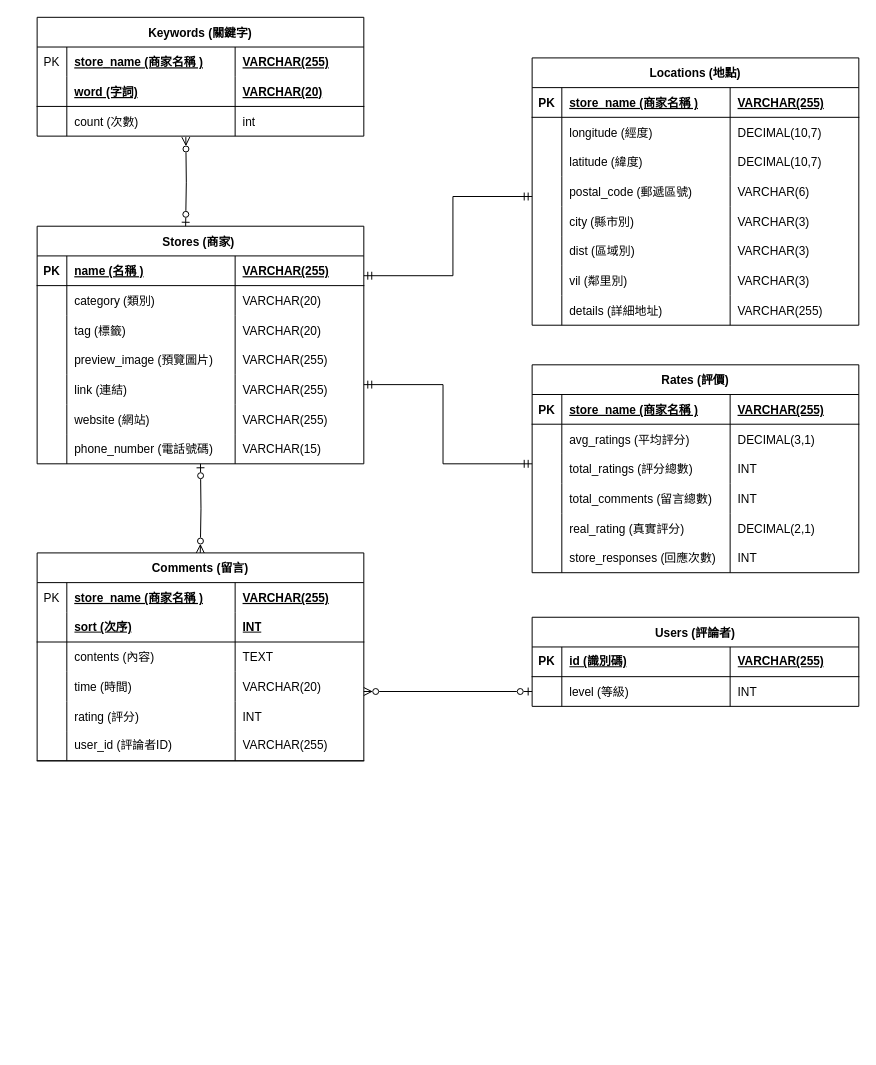
Before: page "正式版" (1 of 3) of 文件資料/物件導向分析/初步實體關係圖.drawio in Cuddles-Yu/ntub-coding, a draw.io diagram. Source tidied: cells renumbered, new cells numbered last; positions are measured from the earlier drawing's top-left corner, leaving out a move shared by most shapes. Both pictures are drawn from the tidied source at 99%, with x=0, y=0 at pixel (37, 17).
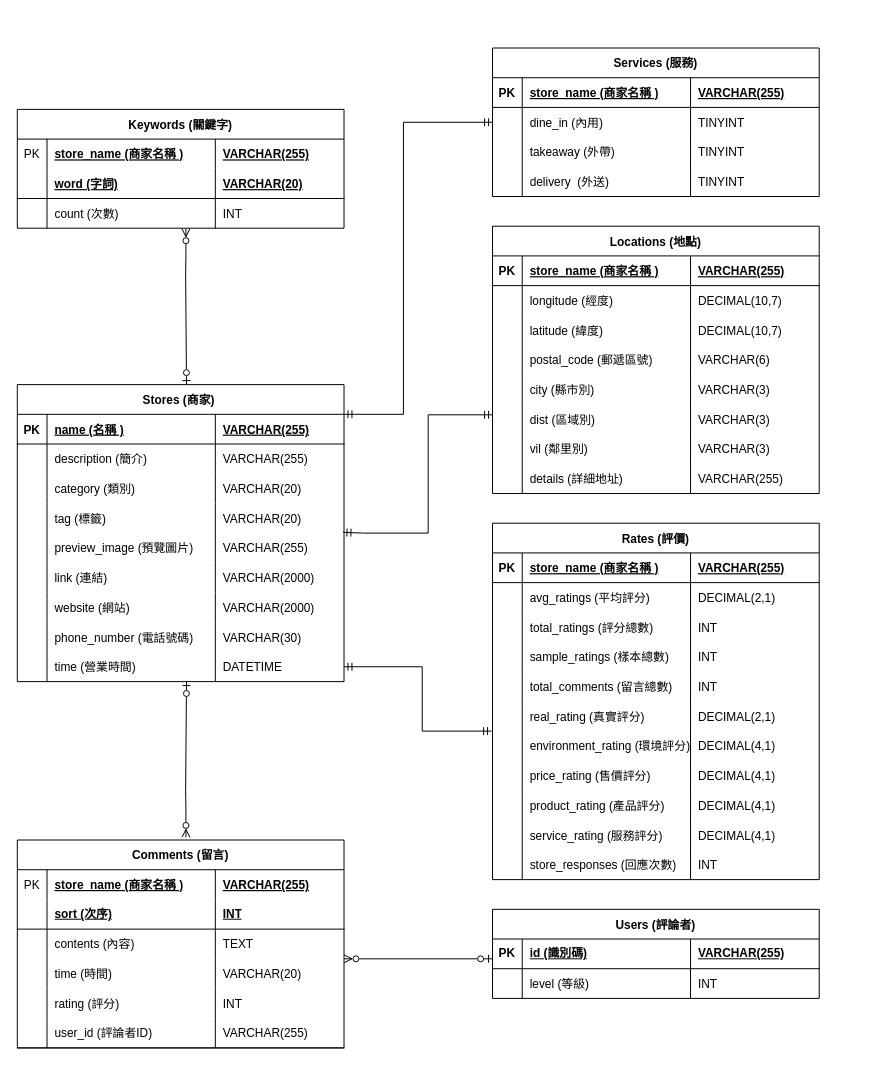
The same page after the edit.

Commit message:
文件資料-更改初步實體關係圖

The change refers to these unchanged cells:
```xml
<mxCell id="62" style="shape=partialRectangle;fillColor=none;points=[[0,0.5],[1,0.5]];portConstraint=eastwest;top=0;left=0;right=0;bottom=1;" parent="61" vertex="1">
  <mxGeometry y="30" width="330" height="30" as="geometry" />
</mxCell>
<mxCell id="104" style="shape=partialRectangle;fillColor=none;top=0;left=0;right=0;bottom=0;" parent="99" vertex="1">
  <mxGeometry y="60" width="330" height="30" as="geometry" />
</mxCell>
<mxCell id="137" style="shape=partialRectangle;fillColor=none;top=0;left=0;right=0;bottom=0;" parent="128" vertex="1">
  <mxGeometry y="90" width="330" height="30" as="geometry" />
</mxCell>
```

The edit, as a diff of the source:
```diff
@@
     <mxCell id="2" value="Locations (地點)" style="shape=table;startSize=30;childLayout=tableLayout;rowLines=0;fontStyle=1;align=center;" parent="1" vertex="1">
-      <mxGeometry x="500" y="41" width="330" height="270" as="geometry" />
+      <mxGeometry x="460" y="211" width="330" height="270" as="geometry" />
     </mxCell>
@@
     <mxCell id="35" value="Comments (留言)" style="shape=table;startSize=30;childLayout=tableLayout;rowLines=0;fontStyle=1;align=center;labelBorderColor=none;" parent="1" vertex="1">
-      <mxGeometry y="541" width="330" height="210" as="geometry" />
+      <mxGeometry x="-20" y="831" width="330" height="210" as="geometry" />
     </mxCell>
@@
-    <mxCell id="60" style="edgeStyle=orthogonalEdgeStyle;rounded=0;orthogonalLoop=1;jettySize=auto;html=1;endArrow=ERzeroToMany;endFill=0;startArrow=ERzeroToOne;startFill=0;" parent="1" edge="1">
-      <mxGeometry relative="1" as="geometry">
-        <mxPoint x="165" y="451" as="sourcePoint" />
-        <mxPoint x="164.8" y="541" as="targetPoint" />
-      </mxGeometry>
-    </mxCell>
     <mxCell id="61" value="Stores (商家) " style="shape=table;startSize=30;childLayout=tableLayout;rowLines=0;fontStyle=1;align=center;" parent="1" vertex="1">
-      <mxGeometry y="211" width="330" height="240" as="geometry" />
+      <mxGeometry x="-20" y="371" width="330" height="300" as="geometry" />
     </mxCell>
@@
+    <mxCell id="142" style="shape=partialRectangle;fillColor=none;top=0;left=0;right=0;bottom=0;" parent="61" vertex="1">
+      <mxGeometry y="60" width="330" height="30" as="geometry" />
+    </mxCell>
+    <mxCell id="143" style="shape=partialRectangle;overflow=hidden;fillColor=none;top=0;left=0;bottom=0;right=0;" parent="142" vertex="1">
+      <mxGeometry width="30" height="30" as="geometry" />
+    </mxCell>
+    <mxCell id="144" value="description (簡介) " style="shape=partialRectangle;overflow=hidden;fillColor=none;top=0;left=0;bottom=0;right=0;align=left;spacingLeft=6;" parent="142" vertex="1">
+      <mxGeometry x="30" width="170" height="30" as="geometry" />
+    </mxCell>
+    <mxCell id="145" value="VARCHAR(255)" style="shape=partialRectangle;overflow=hidden;fillColor=none;top=0;left=0;bottom=0;right=0;align=left;spacingLeft=6;" parent="142" vertex="1">
+      <mxGeometry x="200" width="130" height="30" as="geometry" />
+    </mxCell>
     <mxCell id="66" style="shape=partialRectangle;fillColor=none;top=0;left=0;right=0;bottom=0;" parent="61" vertex="1">
-      <mxGeometry y="60" width="330" height="30" as="geometry" />
+      <mxGeometry y="90" width="330" height="30" as="geometry" />
     </mxCell>
@@
     <mxCell id="70" style="shape=partialRectangle;fillColor=none;points=[[0,0.5],[1,0.5]];portConstraint=eastwest;top=0;left=0;right=0;bottom=0;" parent="61" vertex="1">
-      <mxGeometry y="90" width="330" height="30" as="geometry" />
+      <mxGeometry y="120" width="330" height="30" as="geometry" />
     </mxCell>
@@
     <mxCell id="74" style="shape=partialRectangle;fillColor=none;top=0;left=0;right=0;bottom=0;" parent="61" vertex="1">
-      <mxGeometry y="120" width="330" height="30" as="geometry" />
+      <mxGeometry y="150" width="330" height="30" as="geometry" />
     </mxCell>
@@
     <mxCell id="78" style="shape=partialRectangle;fillColor=none;top=0;left=0;right=0;bottom=0;" parent="61" vertex="1">
-      <mxGeometry y="150" width="330" height="30" as="geometry" />
+      <mxGeometry y="180" width="330" height="30" as="geometry" />
     </mxCell>
@@
-    <mxCell id="81" value="VARCHAR(255)" style="shape=partialRectangle;overflow=hidden;fillColor=none;top=0;left=0;bottom=0;right=0;align=left;spacingLeft=6;" parent="78" vertex="1">
+    <mxCell id="81" value="VARCHAR(2000)" style="shape=partialRectangle;overflow=hidden;fillColor=none;top=0;left=0;bottom=0;right=0;align=left;spacingLeft=6;" parent="78" vertex="1">
       <mxGeometry x="200" width="130" height="30" as="geometry" />
     </mxCell>
     <mxCell id="82" style="shape=partialRectangle;fillColor=none;top=0;left=0;right=0;bottom=0;" parent="61" vertex="1">
-      <mxGeometry y="180" width="330" height="30" as="geometry" />
+      <mxGeometry y="210" width="330" height="30" as="geometry" />
     </mxCell>
@@
-    <mxCell id="85" value="VARCHAR(255)" style="shape=partialRectangle;overflow=hidden;fillColor=none;top=0;left=0;bottom=0;right=0;align=left;spacingLeft=6;" parent="82" vertex="1">
+    <mxCell id="85" value="VARCHAR(2000)" style="shape=partialRectangle;overflow=hidden;fillColor=none;top=0;left=0;bottom=0;right=0;align=left;spacingLeft=6;" parent="82" vertex="1">
       <mxGeometry x="200" width="130" height="30" as="geometry" />
     </mxCell>
     <mxCell id="86" style="shape=partialRectangle;fillColor=none;top=0;left=0;right=0;bottom=0;" parent="61" vertex="1">
-      <mxGeometry y="210" width="330" height="30" as="geometry" />
+      <mxGeometry y="240" width="330" height="30" as="geometry" />
     </mxCell>
@@
-    <mxCell id="89" value="VARCHAR(15)" style="shape=partialRectangle;overflow=hidden;fillColor=none;top=0;left=0;bottom=0;right=0;align=left;spacingLeft=6;" parent="86" vertex="1">
+    <mxCell id="89" value="VARCHAR(30)" style="shape=partialRectangle;overflow=hidden;fillColor=none;top=0;left=0;bottom=0;right=0;align=left;spacingLeft=6;" parent="86" vertex="1">
       <mxGeometry x="200" width="130" height="30" as="geometry" />
     </mxCell>
+    <mxCell id="146" style="shape=partialRectangle;fillColor=none;points=[[0,0.5],[1,0.5]];portConstraint=eastwest;top=0;left=0;right=0;bottom=0;" parent="61" vertex="1">
+      <mxGeometry y="270" width="330" height="30" as="geometry" />
+    </mxCell>
+    <mxCell id="147" style="shape=partialRectangle;overflow=hidden;fillColor=none;top=0;left=0;bottom=0;right=0;" parent="146" vertex="1">
+      <mxGeometry width="30" height="30" as="geometry" />
+    </mxCell>
+    <mxCell id="148" value="time (營業時間) " style="shape=partialRectangle;overflow=hidden;fillColor=none;top=0;left=0;bottom=0;right=0;align=left;spacingLeft=6;" parent="146" vertex="1">
+      <mxGeometry x="30" width="170" height="30" as="geometry" />
+    </mxCell>
+    <mxCell id="149" value="DATETIME" style="shape=partialRectangle;overflow=hidden;fillColor=none;top=0;left=0;bottom=0;right=0;align=left;spacingLeft=6;" parent="146" vertex="1">
+      <mxGeometry x="200" width="130" height="30" as="geometry" />
+    </mxCell>
     <mxCell id="90" value="Users (評論者)" style="shape=table;startSize=30;childLayout=tableLayout;rowLines=0;fontStyle=1;align=center;" parent="1" vertex="1">
-      <mxGeometry x="500" y="606" width="330" height="90" as="geometry" />
+      <mxGeometry x="460" y="901" width="330" height="90" as="geometry" />
     </mxCell>
@@
     <mxCell id="99" value="Rates (評價)" style="shape=table;startSize=30;childLayout=tableLayout;rowLines=0;fontStyle=1;align=center;" parent="1" vertex="1">
-      <mxGeometry x="500" y="351" width="330" height="210" as="geometry" />
+      <mxGeometry x="460" y="511" width="330" height="360" as="geometry" />
     </mxCell>
@@
-    <mxCell id="107" value="DECIMAL(3,1)" style="shape=partialRectangle;overflow=hidden;fillColor=none;top=0;left=0;bottom=0;right=0;align=left;spacingLeft=6;" parent="104" vertex="1">
+    <mxCell id="107" value="DECIMAL(2,1)" style="shape=partialRectangle;overflow=hidden;fillColor=none;top=0;left=0;bottom=0;right=0;align=left;spacingLeft=6;" parent="104" vertex="1">
       <mxGeometry x="200" width="130" height="30" as="geometry" />
     </mxCell>
@@
+    <mxCell id="150" style="shape=partialRectangle;fillColor=none;top=0;left=0;right=0;bottom=0;" parent="99" vertex="1">
+      <mxGeometry y="120" width="330" height="30" as="geometry" />
+    </mxCell>
+    <mxCell id="151" style="shape=partialRectangle;overflow=hidden;fillColor=none;top=0;left=0;bottom=0;right=0;" parent="150" vertex="1">
+      <mxGeometry width="30" height="30" as="geometry" />
+    </mxCell>
+    <mxCell id="152" value="sample_ratings (樣本總數)" style="shape=partialRectangle;overflow=hidden;fillColor=none;top=0;left=0;bottom=0;right=0;align=left;spacingLeft=6;" parent="150" vertex="1">
+      <mxGeometry x="30" width="170" height="30" as="geometry" />
+    </mxCell>
+    <mxCell id="153" value="INT" style="shape=partialRectangle;overflow=hidden;fillColor=none;top=0;left=0;bottom=0;right=0;align=left;spacingLeft=6;" parent="150" vertex="1">
+      <mxGeometry x="200" width="130" height="30" as="geometry" />
+    </mxCell>
     <mxCell id="112" style="shape=partialRectangle;fillColor=none;top=0;left=0;right=0;bottom=0;" parent="99" vertex="1">
-      <mxGeometry y="120" width="330" height="30" as="geometry" />
+      <mxGeometry y="150" width="330" height="30" as="geometry" />
     </mxCell>
@@
     <mxCell id="116" style="shape=partialRectangle;fillColor=none;top=0;left=0;right=0;bottom=0;" parent="99" vertex="1">
-      <mxGeometry y="150" width="330" height="30" as="geometry" />
+      <mxGeometry y="180" width="330" height="30" as="geometry" />
     </mxCell>
@@
+    <mxCell id="154" style="shape=partialRectangle;fillColor=none;top=0;left=0;right=0;bottom=0;" parent="99" vertex="1">
+      <mxGeometry y="210" width="330" height="30" as="geometry" />
+    </mxCell>
+    <mxCell id="155" style="shape=partialRectangle;overflow=hidden;fillColor=none;top=0;left=0;bottom=0;right=0;" parent="154" vertex="1">
+      <mxGeometry width="30" height="30" as="geometry" />
+    </mxCell>
+    <mxCell id="156" value="environment_rating (環境評分)" style="shape=partialRectangle;overflow=hidden;fillColor=none;top=0;left=0;bottom=0;right=0;align=left;spacingLeft=6;" parent="154" vertex="1">
+      <mxGeometry x="30" width="170" height="30" as="geometry" />
+    </mxCell>
+    <mxCell id="157" value="DECIMAL(4,1)" style="shape=partialRectangle;overflow=hidden;fillColor=none;top=0;left=0;bottom=0;right=0;align=left;spacingLeft=6;" parent="154" vertex="1">
+      <mxGeometry x="200" width="130" height="30" as="geometry" />
+    </mxCell>
+    <mxCell id="158" style="shape=partialRectangle;fillColor=none;top=0;left=0;right=0;bottom=0;" parent="99" vertex="1">
+      <mxGeometry y="240" width="330" height="30" as="geometry" />
+    </mxCell>
+    <mxCell id="159" style="shape=partialRectangle;overflow=hidden;fillColor=none;top=0;left=0;bottom=0;right=0;" parent="158" vertex="1">
+      <mxGeometry width="30" height="30" as="geometry" />
+    </mxCell>
+    <mxCell id="160" value="price_rating (售價評分)" style="shape=partialRectangle;overflow=hidden;fillColor=none;top=0;left=0;bottom=0;right=0;align=left;spacingLeft=6;" parent="158" vertex="1">
+      <mxGeometry x="30" width="170" height="30" as="geometry" />
+    </mxCell>
+    <mxCell id="161" value="DECIMAL(4,1)" style="shape=partialRectangle;overflow=hidden;fillColor=none;top=0;left=0;bottom=0;right=0;align=left;spacingLeft=6;" parent="158" vertex="1">
+      <mxGeometry x="200" width="130" height="30" as="geometry" />
+    </mxCell>
+    <mxCell id="162" style="shape=partialRectangle;fillColor=none;top=0;left=0;right=0;bottom=0;" parent="99" vertex="1">
+      <mxGeometry y="270" width="330" height="30" as="geometry" />
+    </mxCell>
+    <mxCell id="163" style="shape=partialRectangle;overflow=hidden;fillColor=none;top=0;left=0;bottom=0;right=0;" parent="162" vertex="1">
+      <mxGeometry width="30" height="30" as="geometry" />
+    </mxCell>
+    <mxCell id="164" value="product_rating (產品評分)" style="shape=partialRectangle;overflow=hidden;fillColor=none;top=0;left=0;bottom=0;right=0;align=left;spacingLeft=6;" parent="162" vertex="1">
+      <mxGeometry x="30" width="170" height="30" as="geometry" />
+    </mxCell>
+    <mxCell id="165" value="DECIMAL(4,1)" style="shape=partialRectangle;overflow=hidden;fillColor=none;top=0;left=0;bottom=0;right=0;align=left;spacingLeft=6;" parent="162" vertex="1">
+      <mxGeometry x="200" width="130" height="30" as="geometry" />
+    </mxCell>
+    <mxCell id="166" style="shape=partialRectangle;fillColor=none;top=0;left=0;right=0;bottom=0;" parent="99" vertex="1">
+      <mxGeometry y="300" width="330" height="30" as="geometry" />
+    </mxCell>
+    <mxCell id="167" style="shape=partialRectangle;overflow=hidden;fillColor=none;top=0;left=0;bottom=0;right=0;" parent="166" vertex="1">
+      <mxGeometry width="30" height="30" as="geometry" />
+    </mxCell>
+    <mxCell id="168" value="service_rating (服務評分)" style="shape=partialRectangle;overflow=hidden;fillColor=none;top=0;left=0;bottom=0;right=0;align=left;spacingLeft=6;" parent="166" vertex="1">
+      <mxGeometry x="30" width="170" height="30" as="geometry" />
+    </mxCell>
+    <mxCell id="169" value="DECIMAL(4,1)" style="shape=partialRectangle;overflow=hidden;fillColor=none;top=0;left=0;bottom=0;right=0;align=left;spacingLeft=6;" parent="166" vertex="1">
+      <mxGeometry x="200" width="130" height="30" as="geometry" />
+    </mxCell>
     <mxCell id="120" style="shape=partialRectangle;fillColor=none;top=0;left=0;right=0;bottom=0;" parent="99" vertex="1">
-      <mxGeometry y="180" width="330" height="30" as="geometry" />
+      <mxGeometry y="330" width="330" height="30" as="geometry" />
     </mxCell>
@@
-    <mxCell id="124" style="shape=partialRectangle;overflow=hidden;fillColor=none;top=0;left=0;bottom=0;right=0;align=left;spacingLeft=6;shadow=0;fontStyle=5;" parent="1" vertex="1">
-      <mxGeometry x="30" y="511" width="170" height="30" as="geometry" />
-    </mxCell>
-    <mxCell id="125" style="edgeStyle=orthogonalEdgeStyle;rounded=0;orthogonalLoop=1;jettySize=auto;html=1;entryDx=0;entryDy=0;entryPerimeter=0;endArrow=ERmandOne;endFill=0;startArrow=ERmandOne;startFill=0;" parent="1" edge="1">
+    <mxCell id="125" style="edgeStyle=orthogonalEdgeStyle;rounded=0;jettySize=auto;html=1;entryDx=0;entryDy=0;entryPerimeter=0;endArrow=ERmandOne;endFill=0;startArrow=ERmandOne;startFill=0;exitX=0;exitY=0;exitDx=0;exitDy=0;exitPerimeter=0;entryX=0.997;entryY=0.975;" parent="1" edge="1" target="70">
       <mxGeometry relative="1" as="geometry">
-        <mxPoint x="500" y="451" as="sourcePoint" />
-        <mxPoint x="330" y="371" as="targetPoint" />
+        <mxPoint x="460" y="401.5" as="sourcePoint" />
         <Array as="points">
-          <mxPoint x="410" y="451" />
-          <mxPoint x="410" y="371" />
+          <mxPoint x="395" y="402" />
+          <mxPoint x="395" y="521" />
+          <mxPoint x="330" y="521" />
         </Array>
       </mxGeometry>
     </mxCell>
-    <mxCell id="126" style="edgeStyle=orthogonalEdgeStyle;rounded=0;orthogonalLoop=1;jettySize=auto;html=1;entryDx=0;entryDy=0;entryPerimeter=0;endArrow=ERmandOne;endFill=0;startArrow=ERmandOne;startFill=0;" parent="1" edge="1">
+    <mxCell id="126" style="edgeStyle=orthogonalEdgeStyle;rounded=0;jettySize=auto;html=1;endArrow=ERmandOne;endFill=0;startArrow=ERmandOne;startFill=0;exitX=1;exitY=0;exitDx=0;exitDy=0;exitPerimeter=0;" parent="1" edge="1" source="62" target="175">
       <mxGeometry relative="1" as="geometry">
-        <mxPoint x="330" y="261" as="sourcePoint" />
-        <mxPoint x="500" y="181" as="targetPoint" />
         <Array as="points">
-          <mxPoint x="420" y="261" />
-          <mxPoint x="420" y="181" />
+          <mxPoint x="370" y="401" />
+          <mxPoint x="370" y="106" />
         </Array>
       </mxGeometry>
     </mxCell>
-    <mxCell id="127" style="edgeStyle=orthogonalEdgeStyle;rounded=0;orthogonalLoop=1;jettySize=auto;html=1;endArrow=ERzeroToMany;endFill=0;startArrow=ERzeroToOne;startFill=0;exitX=0;exitY=0.5;exitDx=0;exitDy=0;" parent="1" edge="1">
+    <mxCell id="127" style="edgeStyle=orthogonalEdgeStyle;rounded=0;orthogonalLoop=1;jettySize=auto;html=1;endArrow=ERzeroToMany;endFill=0;startArrow=ERzeroToOne;startFill=0;" parent="1" edge="1">
       <mxGeometry relative="1" as="geometry">
-        <mxPoint x="500" y="681" as="sourcePoint" />
-        <mxPoint x="330" y="681" as="targetPoint" />
+        <mxPoint x="460" y="951" as="sourcePoint" />
+        <mxPoint x="310" y="951" as="targetPoint" />
       </mxGeometry>
     </mxCell>
     <mxCell id="128" value="Keywords (關鍵字)" style="shape=table;startSize=30;childLayout=tableLayout;rowLines=0;fontStyle=1;align=center;" parent="1" vertex="1">
-      <mxGeometry width="330" height="120" as="geometry" />
+      <mxGeometry x="-20" y="93" width="330" height="120" as="geometry" />
     </mxCell>
@@
-    <mxCell id="140" value="int" style="shape=partialRectangle;overflow=hidden;fillColor=none;top=0;left=0;bottom=0;right=0;align=left;spacingLeft=6;" parent="137" vertex="1">
+    <mxCell id="140" value="INT" style="shape=partialRectangle;overflow=hidden;fillColor=none;top=0;left=0;bottom=0;right=0;align=left;spacingLeft=6;" parent="137" vertex="1">
       <mxGeometry x="200" width="130" height="30" as="geometry" />
     </mxCell>
-    <mxCell id="141" style="edgeStyle=orthogonalEdgeStyle;rounded=0;orthogonalLoop=1;jettySize=auto;html=1;endArrow=ERzeroToOne;endFill=0;startArrow=ERzeroToMany;startFill=0;" parent="1" edge="1">
+    <mxCell id="141" style="edgeStyle=orthogonalEdgeStyle;rounded=0;orthogonalLoop=1;jettySize=auto;html=1;endArrow=ERzeroToOne;endFill=0;startArrow=ERzeroToMany;startFill=0;entryX=0.518;entryY=0.003;entryDx=0;entryDy=0;entryPerimeter=0;exitX=0.516;exitY=1.121;exitDx=0;exitDy=0;exitPerimeter=0;" parent="1" edge="1">
       <mxGeometry relative="1" as="geometry">
-        <mxPoint x="150.2" y="121" as="sourcePoint" />
-        <mxPoint x="150" y="211" as="targetPoint" />
+        <mxPoint x="150.3" y="213.6" as="sourcePoint" />
+        <mxPoint x="150.9" y="370.9" as="targetPoint" />
+        <Array as="points">
+          <mxPoint x="150" y="240" />
+          <mxPoint x="150" y="260" />
+          <mxPoint x="151" y="260" />
+        </Array>
       </mxGeometry>
     </mxCell>
+    <mxCell id="170" value="Services (服務)" style="shape=table;startSize=30;childLayout=tableLayout;rowLines=0;fontStyle=1;align=center;" parent="1" vertex="1">
+      <mxGeometry x="460" y="31" width="330" height="150" as="geometry" />
+    </mxCell>
+    <mxCell id="171" style="shape=partialRectangle;fillColor=none;top=0;left=0;right=0;bottom=1;" parent="170" vertex="1">
+      <mxGeometry y="30" width="330" height="30" as="geometry" />
+    </mxCell>
+    <mxCell id="172" value="PK" style="shape=partialRectangle;overflow=hidden;fillColor=none;top=0;left=0;bottom=0;right=0;fontStyle=1;" parent="171" vertex="1">
+      <mxGeometry width="30" height="30" as="geometry" />
+    </mxCell>
+    <mxCell id="173" value="store_name (商家名稱 )" style="shape=partialRectangle;overflow=hidden;fillColor=none;top=0;left=0;bottom=0;right=0;align=left;spacingLeft=6;fontStyle=5;" parent="171" vertex="1">
+      <mxGeometry x="30" width="170" height="30" as="geometry" />
+    </mxCell>
+    <mxCell id="174" value="VARCHAR(255)" style="shape=partialRectangle;overflow=hidden;fillColor=none;top=0;left=0;bottom=0;right=0;align=left;spacingLeft=6;fontStyle=5;" parent="171" vertex="1">
+      <mxGeometry x="200" width="130" height="30" as="geometry" />
+    </mxCell>
+    <mxCell id="175" style="shape=partialRectangle;fillColor=none;points=[[0,0.5],[1,0.5]];portConstraint=eastwest;top=0;left=0;right=0;bottom=0;" parent="170" vertex="1">
+      <mxGeometry y="60" width="330" height="30" as="geometry" />
+    </mxCell>
+    <mxCell id="176" style="shape=partialRectangle;overflow=hidden;fillColor=none;top=0;left=0;bottom=0;right=0;" parent="175" vertex="1">
+      <mxGeometry width="30" height="30" as="geometry" />
+    </mxCell>
+    <mxCell id="177" value="dine_in (內用)" style="shape=partialRectangle;overflow=hidden;fillColor=none;top=0;left=0;bottom=0;right=0;align=left;spacingLeft=6;" parent="175" vertex="1">
+      <mxGeometry x="30" width="170" height="30" as="geometry" />
+    </mxCell>
+    <mxCell id="178" value="TINYINT" style="shape=partialRectangle;overflow=hidden;fillColor=none;top=0;left=0;bottom=0;right=0;align=left;spacingLeft=6;" parent="175" vertex="1">
+      <mxGeometry x="200" width="130" height="30" as="geometry" />
+    </mxCell>
+    <mxCell id="179" style="shape=partialRectangle;fillColor=none;top=0;left=0;right=0;bottom=0;" parent="170" vertex="1">
+      <mxGeometry y="90" width="330" height="30" as="geometry" />
+    </mxCell>
+    <mxCell id="180" style="shape=partialRectangle;overflow=hidden;fillColor=none;top=0;left=0;bottom=0;right=0;" parent="179" vertex="1">
+      <mxGeometry width="30" height="30" as="geometry" />
+    </mxCell>
+    <mxCell id="181" value="takeaway (外帶)" style="shape=partialRectangle;overflow=hidden;fillColor=none;top=0;left=0;bottom=0;right=0;align=left;spacingLeft=6;" parent="179" vertex="1">
+      <mxGeometry x="30" width="170" height="30" as="geometry" />
+    </mxCell>
+    <mxCell id="182" value="TINYINT" style="shape=partialRectangle;overflow=hidden;fillColor=none;top=0;left=0;bottom=0;right=0;align=left;spacingLeft=6;" parent="179" vertex="1">
+      <mxGeometry x="200" width="130" height="30" as="geometry" />
+    </mxCell>
+    <mxCell id="183" style="shape=partialRectangle;fillColor=none;top=0;left=0;right=0;bottom=0;" parent="170" vertex="1">
+      <mxGeometry y="120" width="330" height="30" as="geometry" />
+    </mxCell>
+    <mxCell id="184" style="shape=partialRectangle;overflow=hidden;fillColor=none;top=0;left=0;bottom=0;right=0;" parent="183" vertex="1">
+      <mxGeometry width="30" height="30" as="geometry" />
+    </mxCell>
+    <mxCell id="185" value="delivery  (外送)" style="shape=partialRectangle;overflow=hidden;fillColor=none;top=0;left=0;bottom=0;right=0;align=left;spacingLeft=6;" parent="183" vertex="1">
+      <mxGeometry x="30" width="170" height="30" as="geometry" />
+    </mxCell>
+    <mxCell id="186" value="TINYINT" style="shape=partialRectangle;overflow=hidden;fillColor=none;top=0;left=0;bottom=0;right=0;align=left;spacingLeft=6;" parent="183" vertex="1">
+      <mxGeometry x="200" width="130" height="30" as="geometry" />
+    </mxCell>
+    <mxCell id="187" style="edgeStyle=orthogonalEdgeStyle;rounded=0;jettySize=auto;html=1;endArrow=ERmandOne;endFill=0;startArrow=ERmandOne;startFill=0;entryX=1;entryY=0.5;entryDx=0;entryDy=0;" parent="1" edge="1" target="146">
+      <mxGeometry relative="1" as="geometry">
+        <mxPoint x="459" y="721" as="sourcePoint" />
+        <Array as="points">
+          <mxPoint x="389" y="721" />
+          <mxPoint x="389" y="656" />
+        </Array>
+      </mxGeometry>
+    </mxCell>
+    <mxCell id="188" style="edgeStyle=orthogonalEdgeStyle;rounded=0;orthogonalLoop=1;jettySize=auto;html=1;endArrow=ERzeroToOne;endFill=0;startArrow=ERzeroToMany;startFill=0;entryX=0.518;entryY=0.003;entryDx=0;entryDy=0;entryPerimeter=0;exitX=0.516;exitY=1.121;exitDx=0;exitDy=0;exitPerimeter=0;" parent="1" edge="1">
+      <mxGeometry relative="1" as="geometry">
+        <mxPoint x="150.3" y="828.3" as="sourcePoint" />
+        <mxPoint x="150.9" y="671" as="targetPoint" />
+        <Array as="points">
+          <mxPoint x="150" y="801.9" />
+          <mxPoint x="150" y="781.9" />
+          <mxPoint x="151" y="781.9" />
+        </Array>
+      </mxGeometry>
+    </mxCell>
```
